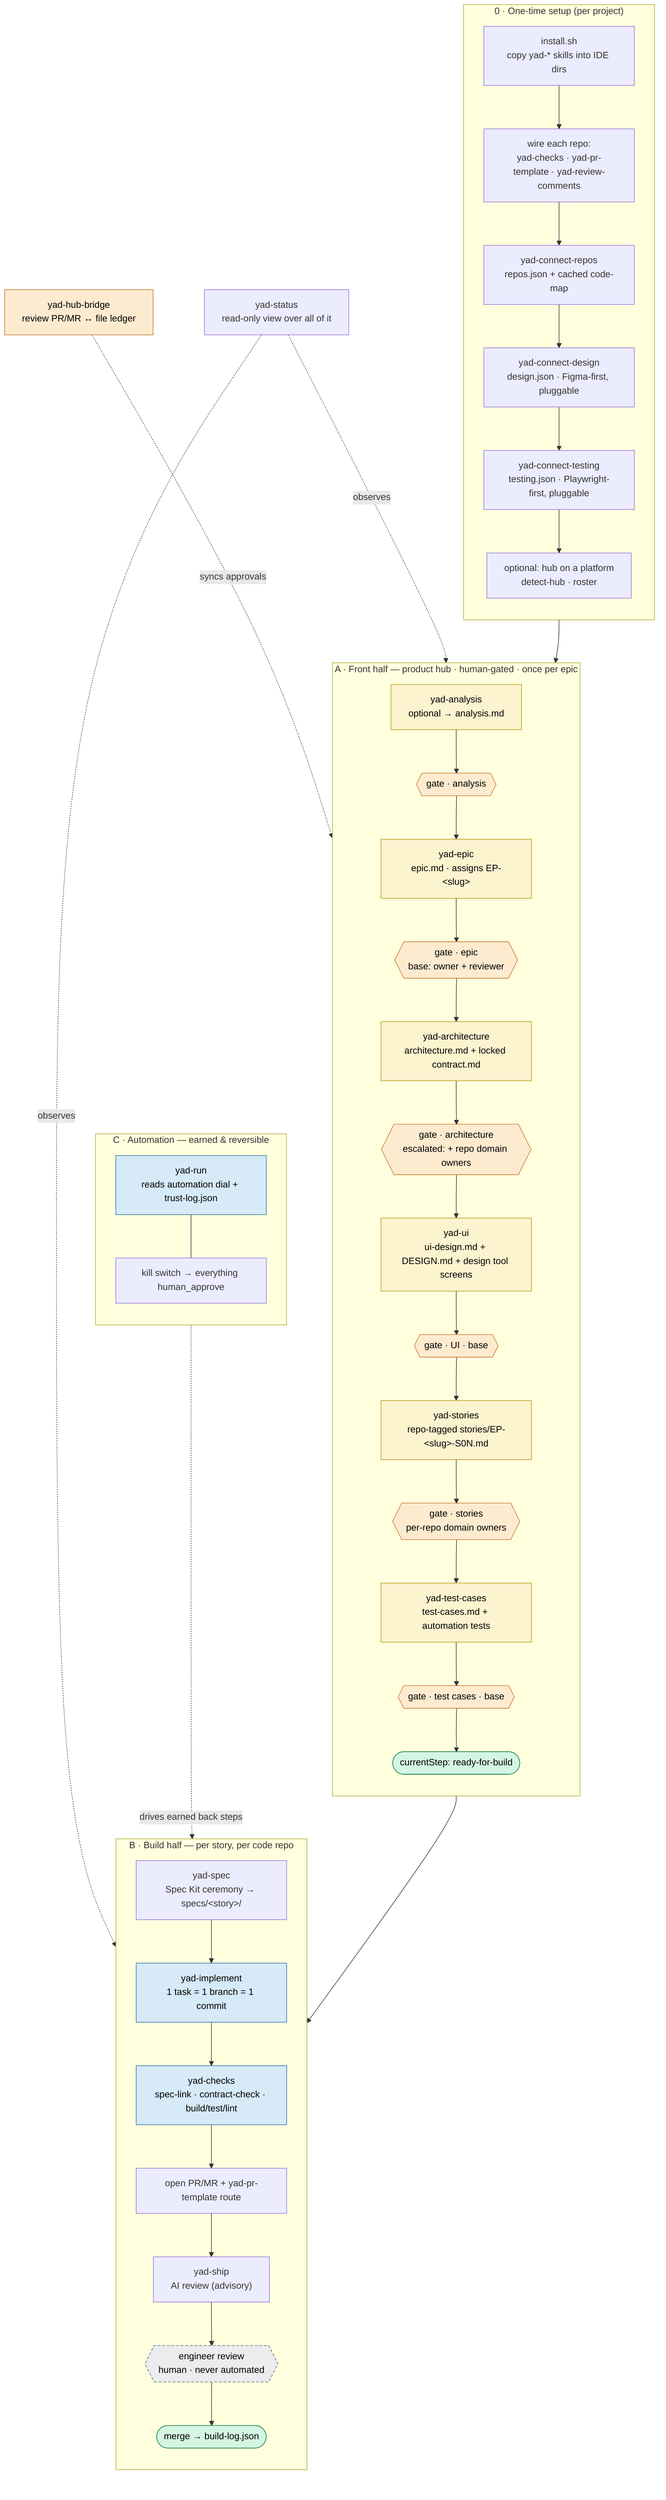
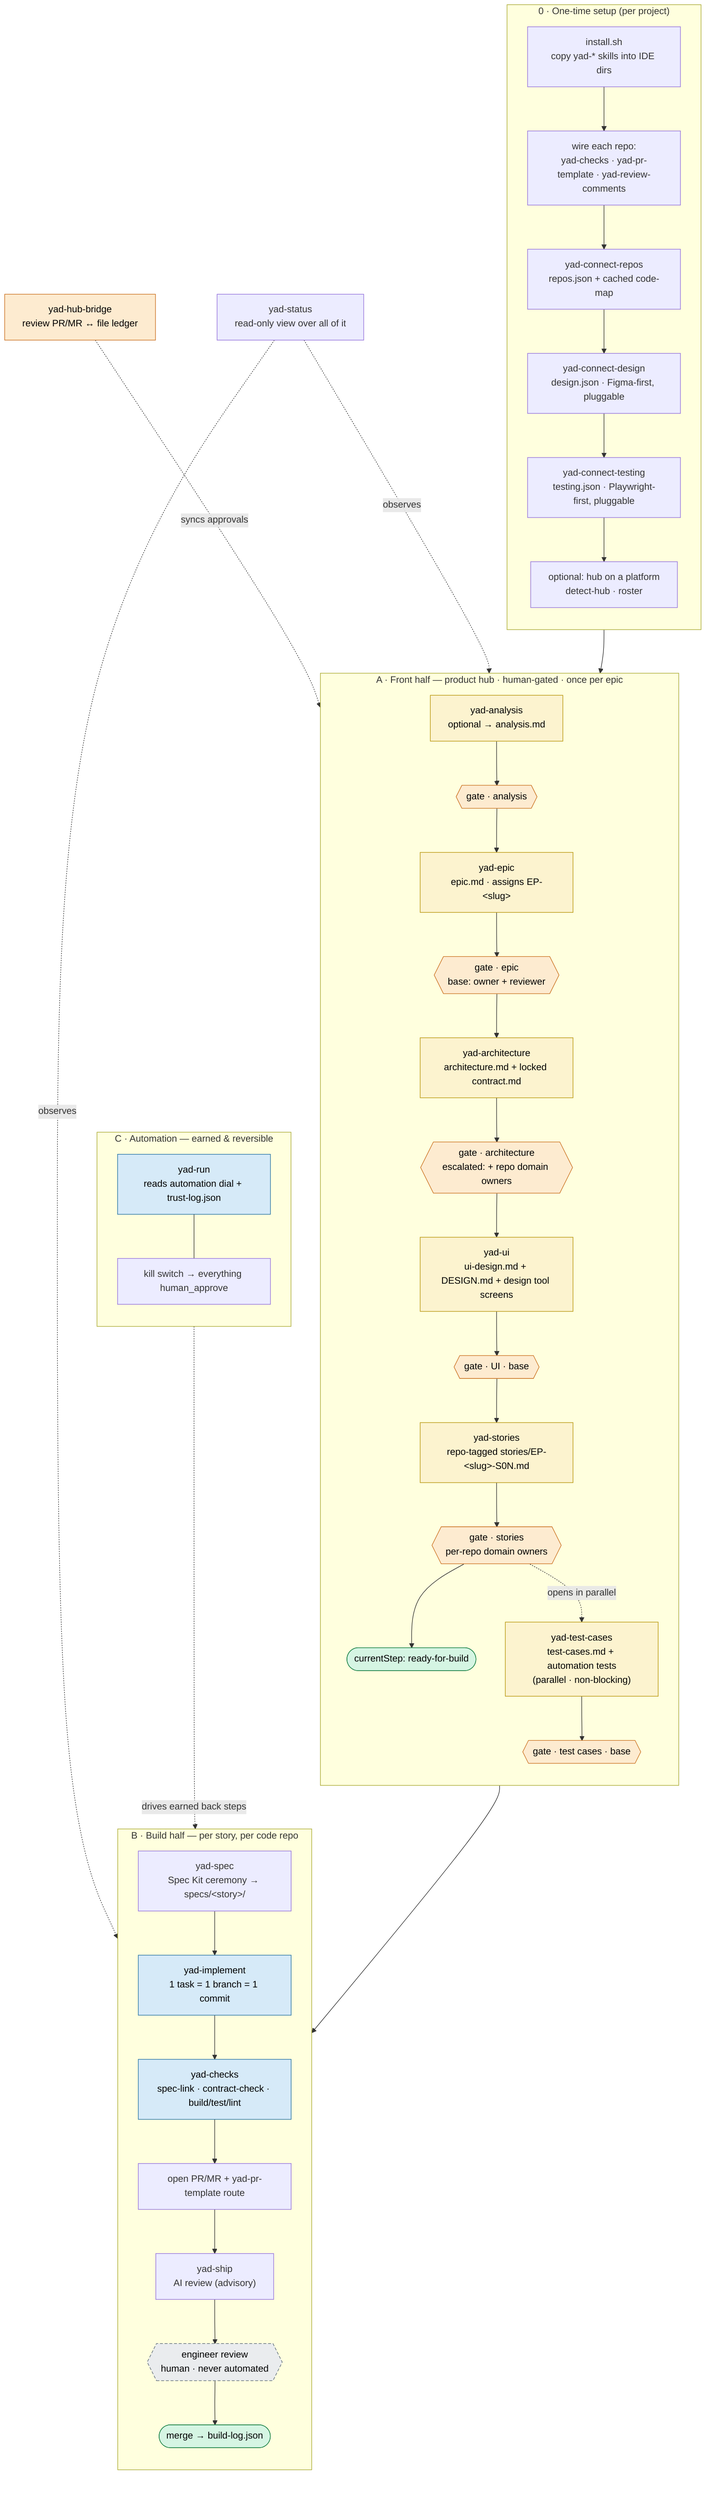
flowchart TD
    classDef gated fill:#fdebd0,stroke:#ca6f1e,color:#000
    classDef earns fill:#d6eaf8,stroke:#2471a3,color:#000
    classDef locked fill:#eaecee,stroke:#566573,color:#000,stroke-dasharray:5 3
    classDef artifact fill:#fcf3cf,stroke:#b7950b,color:#000
    classDef sentinel fill:#d5f5e3,stroke:#1e8449,color:#000

    subgraph SETUP["0 · One-time setup (per project)"]
      direction TB
      inst["install.sh<br/>copy yad-* skills into IDE dirs"]
      wire["wire each repo:<br/>yad-checks · yad-pr-template · yad-review-comments"]
      conn["yad-connect-repos<br/>repos.json + cached code-map"]
      cdes["yad-connect-design<br/>design.json · Figma-first, pluggable"]
      ctest["yad-connect-testing<br/>testing.json · Playwright-first, pluggable"]
      phub["optional: hub on a platform<br/>detect-hub · roster"]
      inst --> wire --> conn --> cdes --> ctest --> phub
    end

    subgraph FRONT["A · Front half — product hub · human-gated · once per epic"]
      direction TB
      an["yad-analysis<br/>optional → analysis.md"]:::artifact
      ep["yad-epic<br/>epic.md · assigns EP-&lt;slug&gt;"]:::artifact
      ar["yad-architecture<br/>architecture.md + locked contract.md"]:::artifact
      ui["yad-ui<br/>ui-design.md + DESIGN.md + design tool screens"]:::artifact
      st["yad-stories<br/>repo-tagged stories/EP-&lt;slug&gt;-S0N.md"]:::artifact
-       tc["yad-test-cases<br/>test-cases.md + automation tests"]:::artifact
+       tc["yad-test-cases<br/>test-cases.md + automation tests<br/>(parallel · non-blocking)"]:::artifact
      gAn{{"gate · analysis"}}:::gated
      gEp{{"gate · epic<br/>base: owner + reviewer"}}:::gated
      gAr{{"gate · architecture<br/>escalated: + repo domain owners"}}:::gated
      gUi{{"gate · UI · base"}}:::gated
      gSt{{"gate · stories<br/>per-repo domain owners"}}:::gated
      gTc{{"gate · test cases · base"}}:::gated
      rfb(["currentStep: ready-for-build"]):::sentinel
-       an --> gAn --> ep --> gEp --> ar --> gAr --> ui --> gUi --> st --> gSt --> tc --> gTc --> rfb
+       an --> gAn --> ep --> gEp --> ar --> gAr --> ui --> gUi --> st --> gSt --> rfb
+       gSt -. opens in parallel .-> tc --> gTc
    end

    subgraph BUILD["B · Build half — per story, per code repo"]
      direction TB
      sp["yad-spec<br/>Spec Kit ceremony → specs/&lt;story&gt;/"]
      im["yad-implement<br/>1 task = 1 branch = 1 commit"]:::earns
      ck["yad-checks<br/>spec-link · contract-check · build/test/lint"]:::earns
      prm["open PR/MR + yad-pr-template route"]
      shp["yad-ship<br/>AI review (advisory)"]
      eng{{"engineer review<br/>human · never automated"}}:::locked
      merged(["merge → build-log.json"]):::sentinel
      sp --> im --> ck --> prm --> shp --> eng --> merged
    end

    subgraph AUTO["C · Automation — earned & reversible"]
      direction TB
      run["yad-run<br/>reads automation dial + trust-log.json"]:::earns
      kill["kill switch → everything human_approve"]
      run --- kill
    end

    phub --> an
    rfb --> sp
    run -. drives earned back steps .-> im
    bridge["yad-hub-bridge<br/>review PR/MR ↔ file ledger"]:::gated
    bridge -. syncs approvals .-> gEp
    status["yad-status<br/>read-only view over all of it"]
    status -. observes .-> FRONT
    status -. observes .-> BUILD
